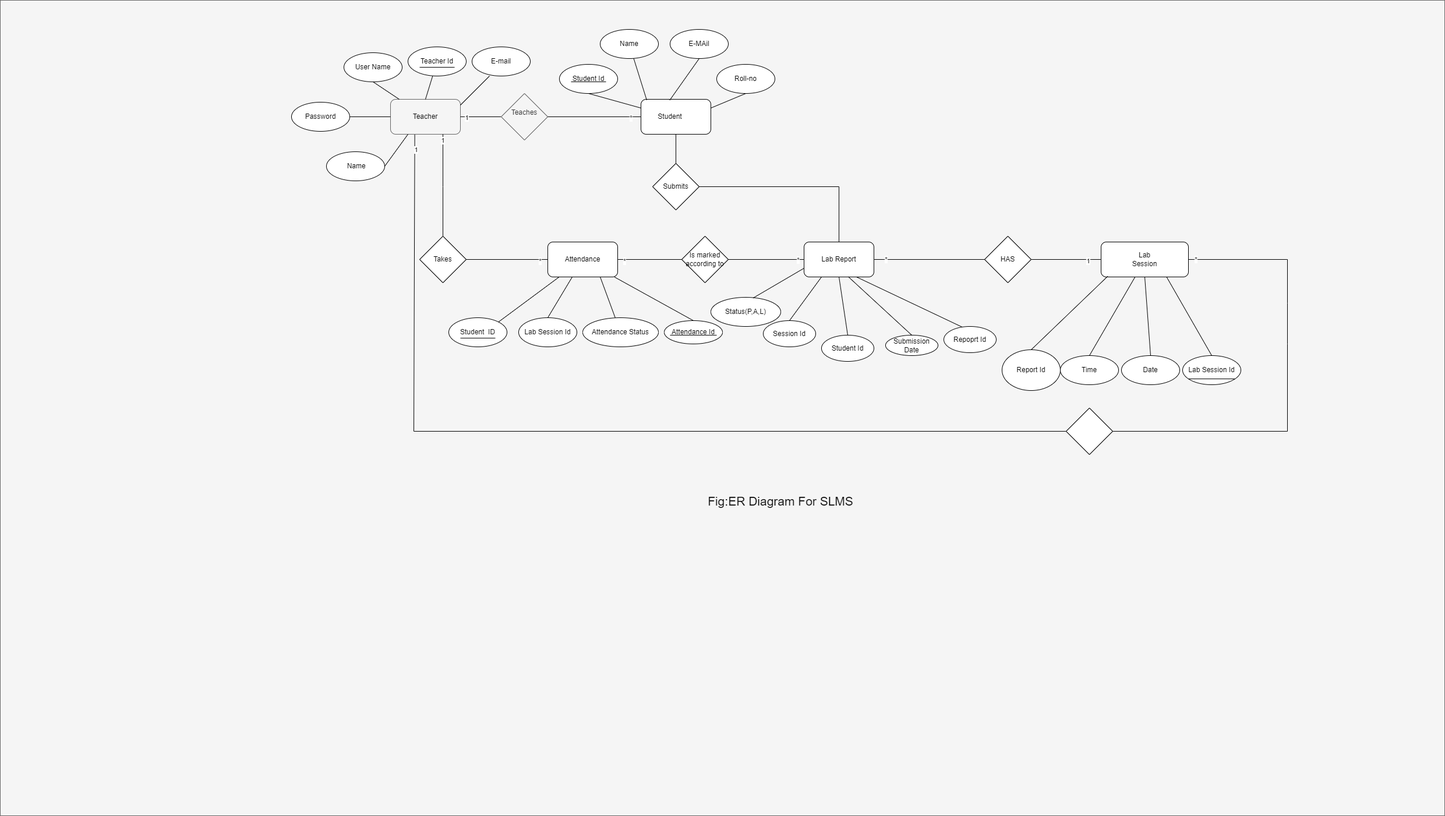
Before: diagrams/ER.png, a diagram exported from draw.io (samiiraryal/Smart-Lab-Management-System). Source tidied: cells renumbered, new cells last; positions are measured from the earlier drawing's top-left corner, leaving out a move shared by most shapes.
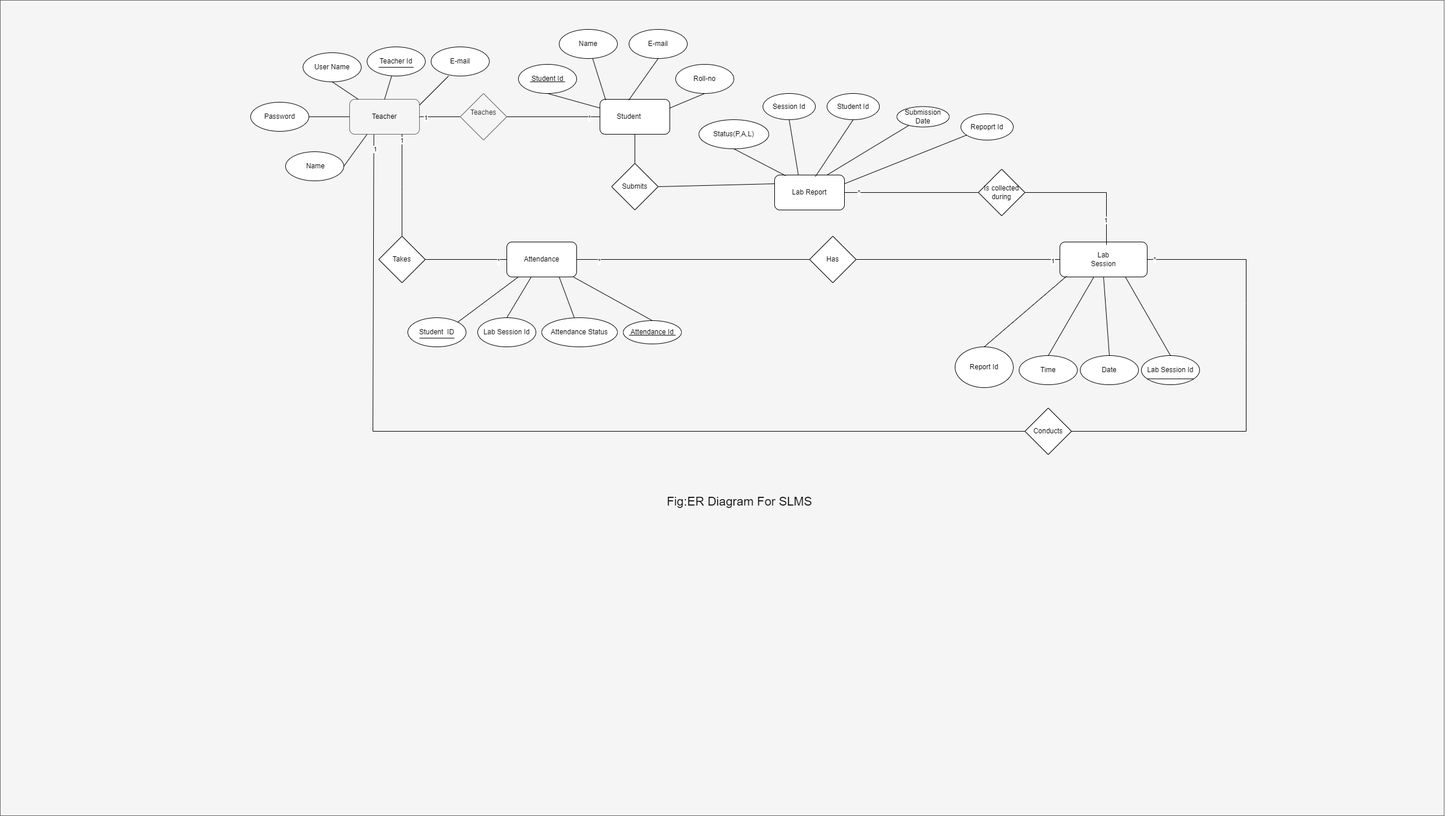
After the change.

The edit, as a diff of the source:
```diff
@@ -3,7 +3,7 @@
     <mxCell id="0" />
     <mxCell id="1" parent="0" />
     <mxCell id="2" style="rounded=0;whiteSpace=wrap;html=1;fillColor=#f5f5f5;fontColor=#333333;strokeColor=#666666;" parent="1" vertex="1">
-      <mxGeometry width="2480" height="1400" as="geometry" />
+      <mxGeometry x="70" width="2480" height="1400" as="geometry" />
     </mxCell>
     <mxCell id="3" style="rounded=1;whiteSpace=wrap;html=1;fillColor=#f5f5f5;fontColor=#333333;strokeColor=#666666;" parent="1" vertex="1">
       <mxGeometry x="670" y="170" width="120" height="60" as="geometry" />
@@ -98,7 +98,7 @@
     <mxCell id="29" value="Student Id" style="shape=ellipse;html=1;dashed=0;whiteSpace=wrap;perimeter=ellipsePerimeter;" parent="1" vertex="1">
       <mxGeometry x="960" y="110" width="100" height="50" as="geometry" />
     </mxCell>
-    <mxCell id="30" value="E-MAil" style="shape=ellipse;html=1;dashed=0;whiteSpace=wrap;perimeter=ellipsePerimeter;" parent="1" vertex="1">
+    <mxCell id="30" value="E-mail" style="shape=ellipse;html=1;dashed=0;whiteSpace=wrap;perimeter=ellipsePerimeter;" parent="1" vertex="1">
       <mxGeometry x="1150" y="50" width="100" height="50" as="geometry" />
     </mxCell>
     <mxCell id="31" style="endArrow=none;html=1;rounded=0;entryX=0.5;entryY=1;entryDx=0;entryDy=0;" parent="1" edge="1" source="3" target="23">
@@ -199,8 +199,8 @@
     <mxCell id="58" style="endArrow=none;html=1;rounded=0;entryX=1;entryY=0.5;entryDx=0;entryDy=0;exitX=0.25;exitY=1;exitDx=0;exitDy=0;" parent="1" edge="1" source="3" target="57">
       <mxGeometry relative="1" as="geometry" />
     </mxCell>
-    <mxCell id="59" value="Is marked according to" style="rhombus;whiteSpace=wrap;html=1;" parent="1" vertex="1">
-      <mxGeometry x="1170" y="405" width="80" height="80" as="geometry" />
+    <mxCell id="59" value="Has" style="rhombus;whiteSpace=wrap;html=1;" parent="1" vertex="1">
+      <mxGeometry x="1460" y="405" width="80" height="80" as="geometry" />
     </mxCell>
     <mxCell id="60" style="endArrow=none;html=1;rounded=0;entryX=0.076;entryY=0.981;entryDx=0;entryDy=0;exitX=0.5;exitY=0;exitDx=0;exitDy=0;entryPerimeter=0;" parent="1" edge="1" source="66" target="19">
       <mxGeometry relative="1" as="geometry" />
@@ -212,25 +212,30 @@
       <mxGeometry x="-0.81" y="-2" relative="1" as="geometry" />
     </mxCell>
     <mxCell id="63" value="Lab Report" style="rounded=1;whiteSpace=wrap;html=1;" parent="1" vertex="1">
-      <mxGeometry x="1380" y="415" width="120" height="60" as="geometry" />
+      <mxGeometry x="1400" y="300" width="120" height="60" as="geometry" />
     </mxCell>
     <mxCell id="64" value="Submission Date" style="ellipse;whiteSpace=wrap;html=1;" parent="1" vertex="1">
-      <mxGeometry x="1520" y="575" width="90" height="35" as="geometry" />
+      <mxGeometry x="1610" y="182.5" width="90" height="35" as="geometry" />
     </mxCell>
     <mxCell id="65" value="Session Id" style="ellipse;whiteSpace=wrap;html=1;" parent="1" vertex="1">
-      <mxGeometry x="1310" y="550" width="90" height="45" as="geometry" />
+      <mxGeometry x="1380" y="160" width="90" height="45" as="geometry" />
     </mxCell>
     <mxCell id="66" value="Report Id" style="ellipse;whiteSpace=wrap;html=1;" parent="1" vertex="1">
-      <mxGeometry x="1720" y="600" width="100" height="70" as="geometry" />
+      <mxGeometry x="1710" y="595" width="100" height="70" as="geometry" />
     </mxCell>
-    <mxCell id="67" style="endArrow=none;html=1;rounded=0;entryX=0;entryY=0.5;entryDx=0;entryDy=0;exitX=1;exitY=0.5;exitDx=0;exitDy=0;" parent="1" edge="1" source="69" target="19">
-      <mxGeometry relative="1" as="geometry" />
+    <mxCell id="67" style="endArrow=none;html=1;rounded=0;exitX=1;exitY=0.5;exitDx=0;exitDy=0;" parent="1" edge="1" source="69">
+      <mxGeometry relative="1" as="geometry">
+        <mxPoint x="1970" y="420" as="targetPoint" />
+        <Array as="points">
+          <mxPoint x="1970" y="330" />
+        </Array>
+      </mxGeometry>
     </mxCell>
     <mxCell id="68" value="1" style="edgeLabel;html=1;align=center;verticalAlign=middle;" parent="67" vertex="1">
       <mxGeometry x="0.62" y="-2" relative="1" as="geometry" />
     </mxCell>
-    <mxCell id="69" value="HAS" style="rhombus;whiteSpace=wrap;html=1;" parent="1" vertex="1">
-      <mxGeometry x="1690" y="405" width="80" height="80" as="geometry" />
+    <mxCell id="69" value="Is collected during" style="rhombus;whiteSpace=wrap;html=1;" parent="1" vertex="1">
+      <mxGeometry x="1750" y="290" width="80" height="80" as="geometry" />
     </mxCell>
     <mxCell id="70" style="endArrow=none;html=1;rounded=0;entryX=0;entryY=0.5;entryDx=0;entryDy=0;exitX=1;exitY=0.5;exitDx=0;exitDy=0;" parent="1" edge="1" source="63" target="69">
       <mxGeometry relative="1" as="geometry" />
@@ -239,33 +244,33 @@
       <mxGeometry x="-0.79" y="1" relative="1" as="geometry" />
     </mxCell>
     <mxCell id="72" value="Student Id" style="ellipse;whiteSpace=wrap;html=1;" parent="1" vertex="1">
-      <mxGeometry x="1410" y="575" width="90" height="45" as="geometry" />
+      <mxGeometry x="1490" y="160" width="90" height="45" as="geometry" />
     </mxCell>
     <mxCell id="73" value="Repoprt Id" style="ellipse;whiteSpace=wrap;html=1;" parent="1" vertex="1">
-      <mxGeometry x="1620" y="560" width="90" height="45" as="geometry" />
+      <mxGeometry x="1720" y="195" width="90" height="45" as="geometry" />
     </mxCell>
-    <mxCell id="74" style="endArrow=none;html=1;rounded=0;entryX=0;entryY=0.5;entryDx=0;entryDy=0;exitX=1;exitY=0.5;exitDx=0;exitDy=0;" parent="1" edge="1" source="59" target="63">
+    <mxCell id="74" style="endArrow=none;html=1;rounded=0;exitX=1;exitY=0.5;exitDx=0;exitDy=0;" parent="1" edge="1" source="59" target="19">
       <mxGeometry relative="1" as="geometry" />
     </mxCell>
-    <mxCell id="75" value="*" style="edgeLabel;html=1;align=center;verticalAlign=middle;" parent="74" vertex="1">
-      <mxGeometry x="0.83" relative="1" as="geometry" />
-    </mxCell>
+    <mxCell id="90" value="1" style="edgeLabel;html=1;align=center;verticalAlign=middle;" parent="74" vertex="1">
+      <mxGeometry x="0.93" y="-2" relative="1" as="geometry" />
+    </mxCell>
     <mxCell id="76" value="Status(P,A,L)" style="ellipse;whiteSpace=wrap;html=1;" parent="1" vertex="1">
-      <mxGeometry x="1220" y="510" width="120" height="50" as="geometry" />
+      <mxGeometry x="1270" y="205" width="120" height="50" as="geometry" />
     </mxCell>
-    <mxCell id="77" style="endArrow=none;html=1;rounded=0;exitX=0.605;exitY=0.023;exitDx=0;exitDy=0;exitPerimeter=0;entryX=0;entryY=0.75;entryDx=0;entryDy=0;" parent="1" edge="1" source="76" target="63">
+    <mxCell id="77" style="endArrow=none;html=1;rounded=0;exitX=0.5;exitY=1;exitDx=0;exitDy=0;entryX=0.157;entryY=0.02;entryDx=0;entryDy=0;entryPerimeter=0;" parent="1" edge="1" source="76" target="63">
       <mxGeometry relative="1" as="geometry" />
     </mxCell>
-    <mxCell id="78" style="endArrow=none;html=1;rounded=0;entryX=0.25;entryY=1;entryDx=0;entryDy=0;exitX=0.5;exitY=0;exitDx=0;exitDy=0;" parent="1" edge="1" source="65" target="63">
+    <mxCell id="78" style="endArrow=none;html=1;rounded=0;exitX=0.5;exitY=1;exitDx=0;exitDy=0;entryX=0.34;entryY=0;entryDx=0;entryDy=0;entryPerimeter=0;" parent="1" edge="1" source="65" target="63">
       <mxGeometry relative="1" as="geometry" />
     </mxCell>
-    <mxCell id="79" style="endArrow=none;html=1;rounded=0;entryX=0.5;entryY=1;entryDx=0;entryDy=0;exitX=0.5;exitY=0;exitDx=0;exitDy=0;" parent="1" edge="1" source="72" target="63">
+    <mxCell id="79" style="endArrow=none;html=1;rounded=0;entryX=0.583;entryY=0.047;entryDx=0;entryDy=0;exitX=0.5;exitY=1;exitDx=0;exitDy=0;entryPerimeter=0;" parent="1" edge="1" source="72" target="63">
       <mxGeometry relative="1" as="geometry" />
     </mxCell>
-    <mxCell id="80" style="endArrow=none;html=1;rounded=0;exitX=0.5;exitY=0;exitDx=0;exitDy=0;entryX=0.633;entryY=0.993;entryDx=0;entryDy=0;entryPerimeter=0;" parent="1" edge="1" source="64" target="63">
+    <mxCell id="80" style="endArrow=none;html=1;rounded=0;entryX=0.75;entryY=0;entryDx=0;entryDy=0;" parent="1" edge="1" source="64" target="63">
       <mxGeometry relative="1" as="geometry" />
     </mxCell>
-    <mxCell id="81" style="endArrow=none;html=1;rounded=0;entryX=0.75;entryY=1;entryDx=0;entryDy=0;exitX=0.352;exitY=0.025;exitDx=0;exitDy=0;exitPerimeter=0;" parent="1" edge="1" source="73" target="63">
+    <mxCell id="81" style="endArrow=none;html=1;rounded=0;entryX=1;entryY=0.25;entryDx=0;entryDy=0;" parent="1" edge="1" source="73" target="63">
       <mxGeometry relative="1" as="geometry" />
     </mxCell>
     <mxCell id="82" value="Submits" style="rhombus;whiteSpace=wrap;html=1;" parent="1" vertex="1">
@@ -274,13 +279,6 @@
     <mxCell id="83" style="endArrow=none;html=1;rounded=0;entryX=0.5;entryY=1;entryDx=0;entryDy=0;exitX=0.5;exitY=0;exitDx=0;exitDy=0;" parent="1" edge="1" source="82" target="10">
       <mxGeometry relative="1" as="geometry" />
     </mxCell>
-    <mxCell id="84" style="endArrow=none;html=1;rounded=0;exitX=1;exitY=0.5;exitDx=0;exitDy=0;entryX=0.5;entryY=0;entryDx=0;entryDy=0;" parent="1" edge="1" source="82" target="63">
-      <mxGeometry relative="1" as="geometry">
-        <Array as="points">
-          <mxPoint x="1440" y="320" />
-        </Array>
-      </mxGeometry>
-    </mxCell>
     <mxCell id="85" style="endArrow=none;html=1;rounded=0;entryX=0.347;entryY=1.013;entryDx=0;entryDy=0;entryPerimeter=0;exitX=0;exitY=0.5;exitDx=0;exitDy=0;" parent="1" edge="1" source="87" target="3">
       <mxGeometry relative="1" as="geometry">
         <Array as="points">
@@ -291,7 +289,7 @@
     <mxCell id="86" value="1" style="edgeLabel;html=1;align=center;verticalAlign=middle;" parent="85" vertex="1">
       <mxGeometry x="0.97" y="-2" relative="1" as="geometry" />
     </mxCell>
-    <mxCell id="87" style="rhombus;whiteSpace=wrap;html=1;" parent="1" vertex="1">
+    <mxCell id="87" value="Conducts" style="rhombus;whiteSpace=wrap;html=1;" parent="1" vertex="1">
       <mxGeometry x="1830" y="700" width="80" height="80" as="geometry" />
     </mxCell>
     <mxCell id="88" style="endArrow=none;html=1;rounded=0;exitX=1;exitY=0.5;exitDx=0;exitDy=0;" parent="1" edge="1" source="87" target="19">
@@ -307,5 +305,8 @@
     <mxCell id="89" value="*" style="edgeLabel;html=1;align=center;verticalAlign=middle;" parent="88" vertex="1">
       <mxGeometry x="0.97" y="-1" relative="1" as="geometry" />
     </mxCell>
+    <mxCell id="84" style="endArrow=none;html=1;rounded=0;entryX=0;entryY=0.25;entryDx=0;entryDy=0;exitX=1;exitY=0.5;exitDx=0;exitDy=0;" parent="1" edge="1" source="82" target="63">
+      <mxGeometry relative="1" as="geometry" />
+    </mxCell>
   </root>
 </mxGraphModel>
```
